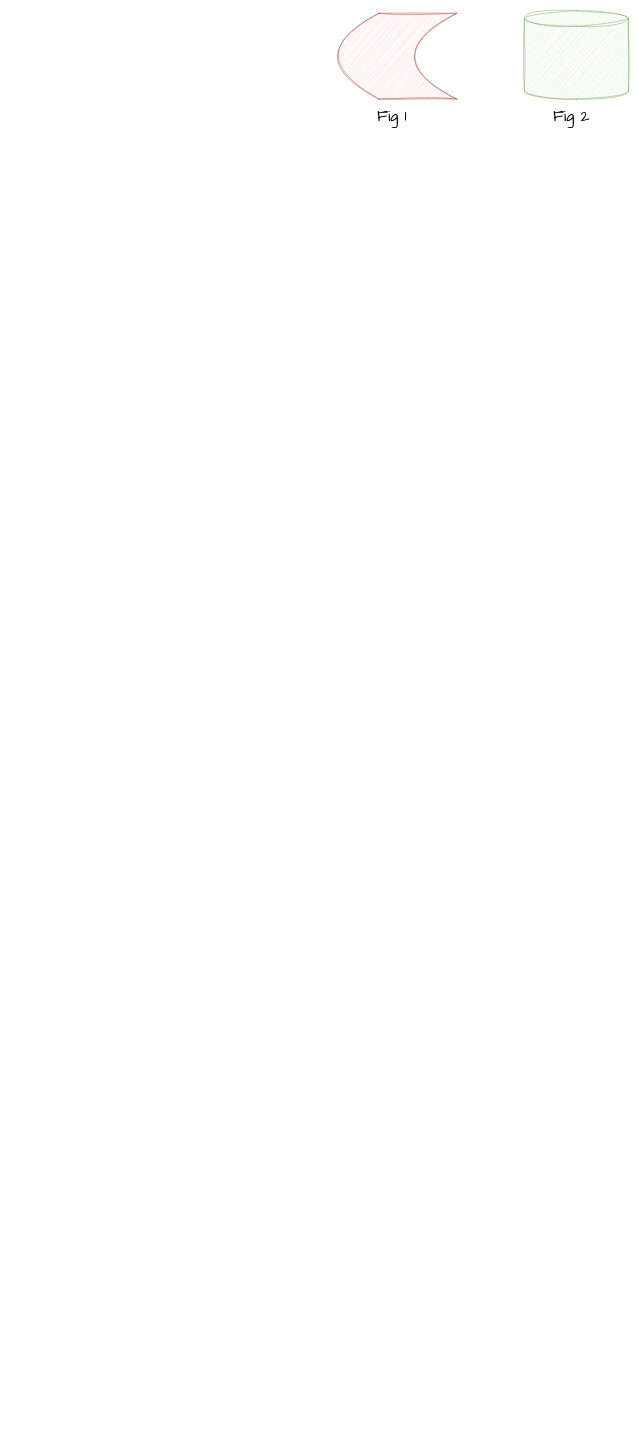
Above: komsan.drawio in Andremartiny/MA-173 (draw.io), before the change. Source tidied: cells renumbered, new cells numbered last; positions are measured from the earlier drawing's top-left corner, leaving out a move shared by most shapes. Both pictures are drawn from the tidied source at 52%, with x=0, y=0 at pixel (337, 10).
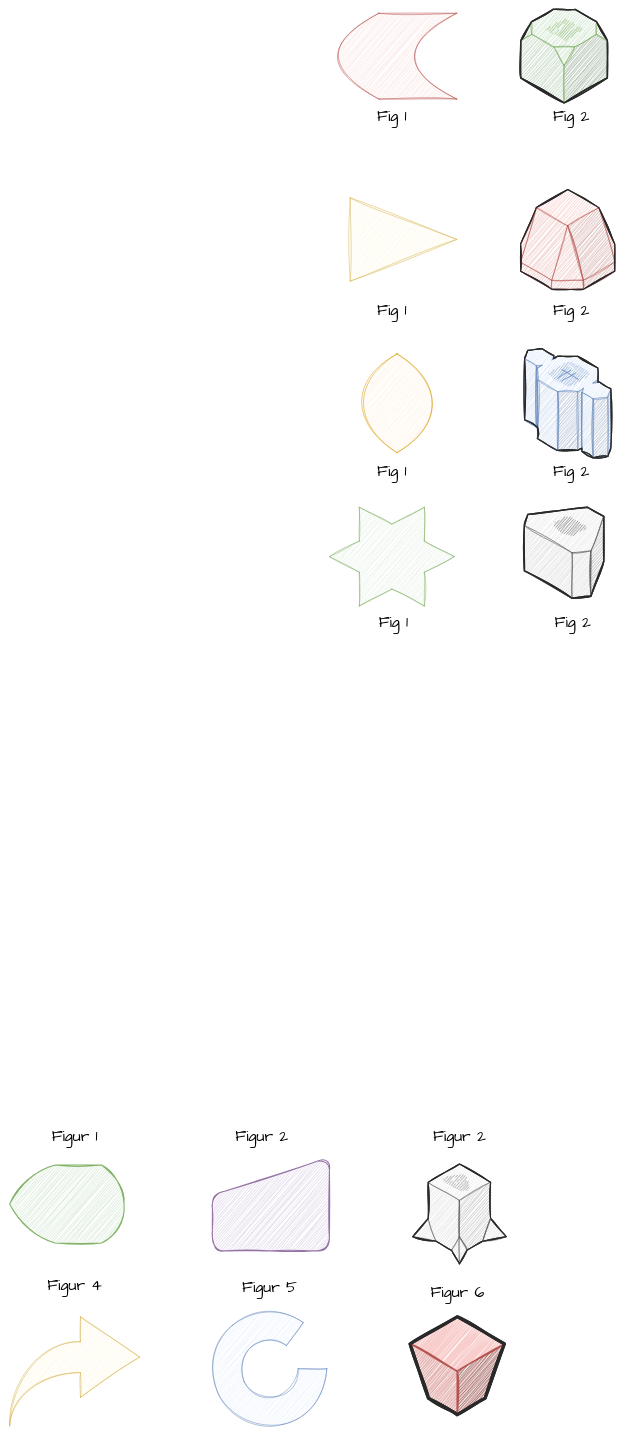
Above is the later version.

What changed in the source:
```diff
@@
-    <mxCell id="2" style="shape=cylinder3;whiteSpace=wrap;html=1;boundedLbl=1;backgroundOutline=1;size=15;sketch=1;hachureGap=4;jiggle=2;curveFitting=1;fontFamily=Architects Daughter;fillColor=#d5e8d4;strokeColor=#82b366;" parent="1" vertex="1">
-      <mxGeometry x="360" width="200" height="170" as="geometry" />
-    </mxCell>
@@
+    <mxCell id="6" style="triangle;whiteSpace=wrap;html=1;sketch=1;hachureGap=4;jiggle=2;curveFitting=1;fontFamily=Architects Daughter;fillColor=#fff2cc;strokeColor=#d6b656;" parent="1" vertex="1">
+      <mxGeometry x="25" y="360" width="205" height="160" as="geometry" />
+    </mxCell>
+    <mxCell id="7" value="Fig 1" style="text;html=1;align=center;verticalAlign=middle;strokeColor=none;fillColor=none;fontFamily=Architects Daughter;fontSize=30;" parent="1" vertex="1">
+      <mxGeometry x="65" y="550" width="80" height="50" as="geometry" />
+    </mxCell>
+    <mxCell id="8" value="Fig 2" style="text;html=1;align=center;verticalAlign=middle;strokeColor=none;fillColor=none;fontFamily=Architects Daughter;fontSize=30;" parent="1" vertex="1">
+      <mxGeometry x="405" y="550" width="90" height="50" as="geometry" />
+    </mxCell>
+    <mxCell id="9" value="Fig 1" style="text;html=1;align=center;verticalAlign=middle;strokeColor=none;fillColor=none;fontFamily=Architects Daughter;fontSize=30;" parent="1" vertex="1">
+      <mxGeometry x="65" y="860" width="80" height="50" as="geometry" />
+    </mxCell>
+    <mxCell id="10" value="Fig 2" style="text;html=1;align=center;verticalAlign=middle;strokeColor=none;fillColor=none;fontFamily=Architects Daughter;fontSize=30;" parent="1" vertex="1">
+      <mxGeometry x="405" y="860" width="90" height="50" as="geometry" />
+    </mxCell>
+    <mxCell id="11" style="whiteSpace=wrap;html=1;shape=mxgraph.basic.pointed_oval;sketch=1;hachureGap=4;jiggle=2;curveFitting=1;fontFamily=Architects Daughter;fillColor=#ffe6cc;strokeColor=#d79b00;" parent="1" vertex="1">
+      <mxGeometry x="25" y="660" width="180" height="190" as="geometry" />
+    </mxCell>
+    <mxCell id="12" value="Fig 1" style="text;html=1;align=center;verticalAlign=middle;strokeColor=none;fillColor=none;fontFamily=Architects Daughter;fontSize=30;" parent="1" vertex="1">
+      <mxGeometry x="67.5" y="1150" width="80" height="50" as="geometry" />
+    </mxCell>
+    <mxCell id="13" value="Fig 2" style="text;html=1;align=center;verticalAlign=middle;strokeColor=none;fillColor=none;fontFamily=Architects Daughter;fontSize=30;" parent="1" vertex="1">
+      <mxGeometry x="407.5" y="1150" width="90" height="50" as="geometry" />
+    </mxCell>
+    <mxCell id="14" style="verticalLabelPosition=bottom;verticalAlign=top;html=1;shape=mxgraph.basic.6_point_star;sketch=1;hachureGap=4;jiggle=2;curveFitting=1;fontFamily=Architects Daughter;fillColor=#d5e8d4;strokeColor=#82b366;" parent="1" vertex="1">
+      <mxGeometry x="-15" y="955" width="240" height="190" as="geometry" />
+    </mxCell>
+    <mxCell id="15" style="verticalLabelPosition=bottom;html=1;verticalAlign=top;strokeWidth=1;align=center;dashed=0;shape=mxgraph.aws3d.route53;fillColor=#ECECEC;strokeColor=#5E5E5E;sketch=1;hachureGap=4;jiggle=2;curveFitting=1;fontFamily=Architects Daughter;" parent="1" vertex="1">
+      <mxGeometry x="360" y="955" width="152.6" height="175" as="geometry" />
+    </mxCell>
+    <mxCell id="16" style="verticalLabelPosition=bottom;html=1;verticalAlign=top;strokeWidth=1;align=center;dashed=0;shape=mxgraph.aws3d.elasticMapReduce;fillColor=#d5e8d4;strokeColor=#82b366;sketch=1;hachureGap=4;jiggle=2;curveFitting=1;fontFamily=Architects Daughter;" parent="1" vertex="1">
+      <mxGeometry x="353" y="-2.5" width="166.5" height="180" as="geometry" />
+    </mxCell>
+    <mxCell id="17" style="verticalLabelPosition=bottom;html=1;verticalAlign=top;strokeWidth=1;align=center;dashed=0;shape=mxgraph.aws3d.glacier;fillColor=#f8cecc;strokeColor=#b85450;sketch=1;hachureGap=4;jiggle=2;curveFitting=1;fontFamily=Architects Daughter;" parent="1" vertex="1">
+      <mxGeometry x="352.7" y="344" width="181" height="192" as="geometry" />
+    </mxCell>
+    <mxCell id="18" style="verticalLabelPosition=bottom;html=1;verticalAlign=top;strokeWidth=1;align=center;dashed=0;shape=mxgraph.aws3d.redshift;fillColor=#dae8fc;strokeColor=#6c8ebf;sketch=1;hachureGap=4;jiggle=2;curveFitting=1;fontFamily=Architects Daughter;" parent="1" vertex="1">
+      <mxGeometry x="360.3" y="650" width="165.8" height="210" as="geometry" />
+    </mxCell>
+    <mxCell id="19" style="verticalLabelPosition=bottom;html=1;verticalAlign=top;strokeWidth=1;align=center;dashed=0;shape=mxgraph.aws3d.searchEngine;fillColor=#ECECEC;strokeColor=#5E5E5E;sketch=1;hachureGap=4;jiggle=2;curveFitting=1;fontFamily=Architects Daughter;" parent="1" vertex="1">
+      <mxGeometry x="145" y="2218" width="180" height="192" as="geometry" />
+    </mxCell>
+    <mxCell id="20" style="verticalLabelPosition=bottom;html=1;verticalAlign=top;strokeWidth=1;align=center;dashed=0;shape=mxgraph.aws3d.s3Bucket;fillColor=#f8cecc;strokeColor=#b85450;sketch=1;hachureGap=4;jiggle=2;curveFitting=1;fontFamily=Architects Daughter;" parent="1" vertex="1">
+      <mxGeometry x="140" y="2511.7" width="181.5" height="188.3" as="geometry" />
+    </mxCell>
+    <mxCell id="21" style="strokeWidth=2;html=1;shape=mxgraph.flowchart.display;whiteSpace=wrap;sketch=1;hachureGap=4;jiggle=2;curveFitting=1;fontFamily=Architects Daughter;fillColor=#d5e8d4;strokeColor=#82b366;" parent="1" vertex="1">
+      <mxGeometry x="-630" y="2220" width="220" height="150" as="geometry" />
+    </mxCell>
+    <mxCell id="22" style="html=1;shadow=0;dashed=0;align=center;verticalAlign=middle;shape=mxgraph.arrows2.jumpInArrow;dy=29.68;dx=113.81;arrowHead=155.18;sketch=1;hachureGap=4;jiggle=2;curveFitting=1;fontFamily=Architects Daughter;fillColor=#fff2cc;strokeColor=#d6b656;" parent="1" vertex="1">
+      <mxGeometry x="-630" y="2511.7" width="250" height="210" as="geometry" />
+    </mxCell>
+    <mxCell id="23" style="html=1;strokeWidth=2;shape=manualInput;whiteSpace=wrap;rounded=1;size=73;arcSize=50;sketch=1;hachureGap=4;jiggle=2;curveFitting=1;fontFamily=Architects Daughter;fillColor=#e1d5e7;strokeColor=#9673a6;" parent="1" vertex="1">
+      <mxGeometry x="-240" y="2205" width="225" height="180" as="geometry" />
+    </mxCell>
+    <mxCell id="24" style="verticalLabelPosition=bottom;verticalAlign=top;html=1;shape=mxgraph.basic.partConcEllipse;startAngle=0.25;endAngle=0.1;arcWidth=0.5;sketch=1;hachureGap=4;jiggle=2;curveFitting=1;fontFamily=Architects Daughter;fillColor=#dae8fc;strokeColor=#6c8ebf;" parent="1" vertex="1">
+      <mxGeometry x="-240" y="2501.7" width="220" height="220" as="geometry" />
+    </mxCell>
+    <mxCell id="25" value="&lt;font style=&quot;font-size: 30px;&quot;&gt;Figur 1&lt;/font&gt;" style="text;html=1;align=center;verticalAlign=middle;strokeColor=none;fillColor=none;fontFamily=Architects Daughter;" parent="1" vertex="1">
+      <mxGeometry x="-560" y="2140" width="110" height="50" as="geometry" />
+    </mxCell>
+    <mxCell id="26" value="&lt;font style=&quot;font-size: 30px;&quot;&gt;Figur 2&lt;/font&gt;" style="text;html=1;align=center;verticalAlign=middle;strokeColor=none;fillColor=none;fontFamily=Architects Daughter;" parent="1" vertex="1">
+      <mxGeometry x="-210" y="2140" width="130" height="50" as="geometry" />
+    </mxCell>
+    <mxCell id="27" value="&lt;font style=&quot;font-size: 30px;&quot;&gt;Figur 2&lt;/font&gt;" style="text;html=1;align=center;verticalAlign=middle;strokeColor=none;fillColor=none;fontFamily=Architects Daughter;" parent="1" vertex="1">
+      <mxGeometry x="170" y="2140" width="130" height="50" as="geometry" />
+    </mxCell>
+    <mxCell id="28" value="&lt;font style=&quot;font-size: 30px;&quot;&gt;Figur 6&lt;/font&gt;" style="text;html=1;align=center;verticalAlign=middle;strokeColor=none;fillColor=none;fontFamily=Architects Daughter;" parent="1" vertex="1">
+      <mxGeometry x="165.8" y="2440" width="130" height="50" as="geometry" />
+    </mxCell>
+    <mxCell id="29" value="&lt;font style=&quot;font-size: 30px;&quot;&gt;Figur 5&lt;/font&gt;" style="text;html=1;align=center;verticalAlign=middle;strokeColor=none;fillColor=none;fontFamily=Architects Daughter;" parent="1" vertex="1">
+      <mxGeometry x="-195" y="2430" width="130" height="50" as="geometry" />
+    </mxCell>
+    <mxCell id="30" value="&lt;font style=&quot;font-size: 30px;&quot;&gt;Figur 4&lt;/font&gt;" style="text;html=1;align=center;verticalAlign=middle;strokeColor=none;fillColor=none;fontFamily=Architects Daughter;" parent="1" vertex="1">
+      <mxGeometry x="-570" y="2425" width="130" height="50" as="geometry" />
+    </mxCell>
```
